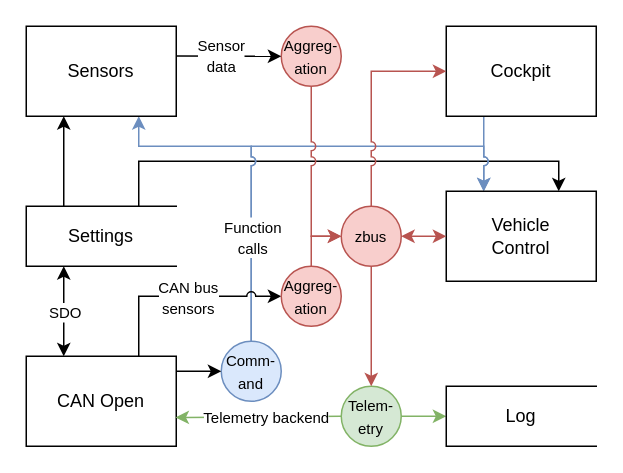
Above: doc/_static/images/data_flow_diagram.drawio in NTURacingTeam/nturt_zephyr_common (draw.io), before the change. Source tidied: cells renumbered, new cells numbered last; positions are measured from the earlier drawing's top-left corner, leaving out a move shared by most shapes. Both pictures are drawn from the tidied source at 150%, with x=0, y=0 at pixel (26, 26).
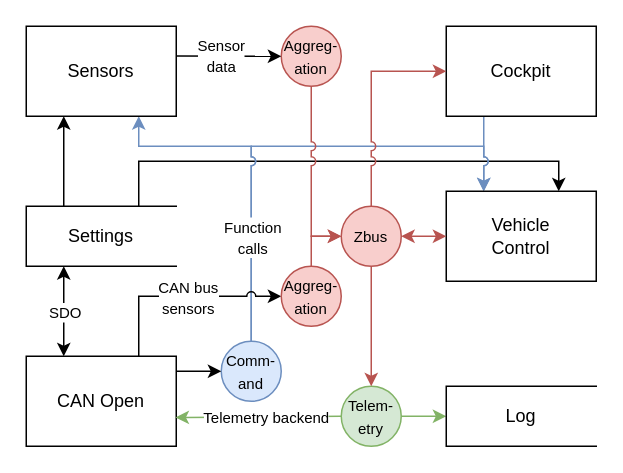
After the change.

Diff of the diagram source:
```diff
@@
-    <mxCell id="33" value="&lt;font style=&quot;font-size: 10px;&quot;&gt;zbus&lt;/font&gt;" style="shape=ellipse;html=1;dashed=0;whiteSpace=wrap;perimeter=ellipsePerimeter;fillColor=#f8cecc;strokeColor=#b85450;" parent="1" vertex="1">
+    <mxCell id="33" value="&lt;font style=&quot;font-size: 10px;&quot;&gt;Zbus&lt;/font&gt;" style="shape=ellipse;html=1;dashed=0;whiteSpace=wrap;perimeter=ellipsePerimeter;fillColor=#f8cecc;strokeColor=#b85450;" parent="1" vertex="1">
       <mxGeometry x="210" y="120" width="40" height="40" as="geometry" />
     </mxCell>
```
